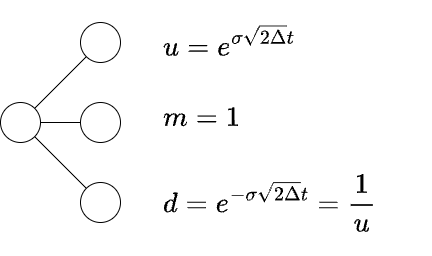
Earlier version of the draw.io export content/articles/How to Calculate an Innovation Option/equations_step_one.png (innovation-options/innovation-options). Source tidied: cells renumbered, new cells last; positions are measured from the earlier drawing's top-left corner, leaving out a move shared by most shapes. Source of this version:
```xml
<mxGraphModel math="1">
  <root>
    <mxCell id="0" />
    <mxCell id="1" parent="0" />
    <mxCell id="2" value="$$u=e^{\sigma\sqrt{2\Delta}t}$$&#10;" style="text;whiteSpace=wrap;fontSize=24;align=left;verticalAlign=middle;" parent="1" vertex="1">
      <mxGeometry x="161" width="270" height="70" as="geometry" />
    </mxCell>
    <mxCell id="3" value="&lt;span style=&quot;color: rgb(0, 0, 0); font-family: Helvetica; font-size: 24px; font-style: normal; font-variant-ligatures: normal; font-variant-caps: normal; font-weight: 400; letter-spacing: normal; orphans: 2; text-indent: 0px; text-transform: none; widows: 2; word-spacing: 0px; -webkit-text-stroke-width: 0px; white-space: normal; background-color: rgb(251, 251, 251); text-decoration-thickness: initial; text-decoration-style: initial; text-decoration-color: initial; float: none; display: inline !important;&quot;&gt;$$m=1$$&lt;/span&gt;&lt;br style=&quot;forced-color-adjust: none; padding: 0px; margin: 0px; color: rgb(0, 0, 0); font-family: Helvetica; font-size: 24px; font-style: normal; font-variant-ligatures: normal; font-variant-caps: normal; font-weight: 400; letter-spacing: normal; orphans: 2; text-indent: 0px; text-transform: none; widows: 2; word-spacing: 0px; -webkit-text-stroke-width: 0px; white-space: normal; background-color: rgb(251, 251, 251); text-decoration-thickness: initial; text-decoration-style: initial; text-decoration-color: initial;&quot;&gt;" style="text;whiteSpace=wrap;html=1;fontSize=24;align=left;verticalAlign=middle;" parent="1" vertex="1">
      <mxGeometry x="161" y="90" width="80" height="40" as="geometry" />
    </mxCell>
    <mxCell id="4" value="&lt;span style=&quot;color: rgb(0, 0, 0); font-family: Helvetica; font-size: 24px; font-style: normal; font-variant-ligatures: normal; font-variant-caps: normal; font-weight: 400; letter-spacing: normal; orphans: 2; text-indent: 0px; text-transform: none; widows: 2; word-spacing: 0px; -webkit-text-stroke-width: 0px; white-space: normal; background-color: rgb(251, 251, 251); text-decoration-thickness: initial; text-decoration-style: initial; text-decoration-color: initial; float: none; display: inline !important;&quot;&gt;$$d=e^{-\sigma\sqrt{2\Delta}t}=\frac{1}{u}$$&lt;/span&gt;" style="text;whiteSpace=wrap;html=1;fontSize=24;align=left;verticalAlign=middle;" parent="1" vertex="1">
      <mxGeometry x="161" y="160" width="270" height="40" as="geometry" />
    </mxCell>
    <mxCell id="5" style="ellipse;whiteSpace=wrap;html=1;" parent="1" vertex="1">
      <mxGeometry x="80" width="40" height="40" as="geometry" />
    </mxCell>
    <mxCell id="6" style="ellipse;whiteSpace=wrap;html=1;" parent="1" vertex="1">
      <mxGeometry x="80" y="80" width="40" height="40" as="geometry" />
    </mxCell>
    <mxCell id="7" style="ellipse;whiteSpace=wrap;html=1;" parent="1" vertex="1">
      <mxGeometry x="80" y="160" width="40" height="40" as="geometry" />
    </mxCell>
    <mxCell id="8" style="ellipse;whiteSpace=wrap;html=1;" parent="1" vertex="1">
      <mxGeometry y="80" width="40" height="40" as="geometry" />
    </mxCell>
    <mxCell id="9" style="endArrow=none;html=1;rounded=0;" parent="1" edge="1" source="8" target="5">
      <mxGeometry relative="1" as="geometry" />
    </mxCell>
    <mxCell id="10" style="endArrow=none;html=1;rounded=0;" parent="1" edge="1" source="8" target="7">
      <mxGeometry relative="1" as="geometry" />
    </mxCell>
    <mxCell id="11" style="endArrow=none;html=1;rounded=0;" parent="1" edge="1" source="6" target="8">
      <mxGeometry relative="1" as="geometry" />
    </mxCell>
  </root>
</mxGraphModel>
```
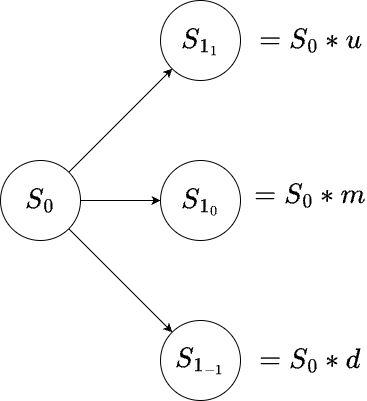
The same diagram one commit later.

Diff of the diagram source:
```diff
@@ -2,35 +2,35 @@
   <root>
     <mxCell id="0" />
     <mxCell id="1" parent="0" />
-    <mxCell id="2" value="$$u=e^{\sigma\sqrt{2\Delta}t}$$&#10;" style="text;whiteSpace=wrap;fontSize=24;align=left;verticalAlign=middle;" parent="1" vertex="1">
-      <mxGeometry x="161" width="270" height="70" as="geometry" />
-    </mxCell>
-    <mxCell id="3" value="&lt;span style=&quot;color: rgb(0, 0, 0); font-family: Helvetica; font-size: 24px; font-style: normal; font-variant-ligatures: normal; font-variant-caps: normal; font-weight: 400; letter-spacing: normal; orphans: 2; text-indent: 0px; text-transform: none; widows: 2; word-spacing: 0px; -webkit-text-stroke-width: 0px; white-space: normal; background-color: rgb(251, 251, 251); text-decoration-thickness: initial; text-decoration-style: initial; text-decoration-color: initial; float: none; display: inline !important;&quot;&gt;$$m=1$$&lt;/span&gt;&lt;br style=&quot;forced-color-adjust: none; padding: 0px; margin: 0px; color: rgb(0, 0, 0); font-family: Helvetica; font-size: 24px; font-style: normal; font-variant-ligatures: normal; font-variant-caps: normal; font-weight: 400; letter-spacing: normal; orphans: 2; text-indent: 0px; text-transform: none; widows: 2; word-spacing: 0px; -webkit-text-stroke-width: 0px; white-space: normal; background-color: rgb(251, 251, 251); text-decoration-thickness: initial; text-decoration-style: initial; text-decoration-color: initial;&quot;&gt;" style="text;whiteSpace=wrap;html=1;fontSize=24;align=left;verticalAlign=middle;" parent="1" vertex="1">
-      <mxGeometry x="161" y="90" width="80" height="40" as="geometry" />
-    </mxCell>
-    <mxCell id="4" value="&lt;span style=&quot;color: rgb(0, 0, 0); font-family: Helvetica; font-size: 24px; font-style: normal; font-variant-ligatures: normal; font-variant-caps: normal; font-weight: 400; letter-spacing: normal; orphans: 2; text-indent: 0px; text-transform: none; widows: 2; word-spacing: 0px; -webkit-text-stroke-width: 0px; white-space: normal; background-color: rgb(251, 251, 251); text-decoration-thickness: initial; text-decoration-style: initial; text-decoration-color: initial; float: none; display: inline !important;&quot;&gt;$$d=e^{-\sigma\sqrt{2\Delta}t}=\frac{1}{u}$$&lt;/span&gt;" style="text;whiteSpace=wrap;html=1;fontSize=24;align=left;verticalAlign=middle;" parent="1" vertex="1">
-      <mxGeometry x="161" y="160" width="270" height="40" as="geometry" />
-    </mxCell>
-    <mxCell id="5" style="ellipse;whiteSpace=wrap;html=1;" parent="1" vertex="1">
-      <mxGeometry x="80" width="40" height="40" as="geometry" />
-    </mxCell>
-    <mxCell id="6" style="ellipse;whiteSpace=wrap;html=1;" parent="1" vertex="1">
-      <mxGeometry x="80" y="80" width="40" height="40" as="geometry" />
+    <mxCell id="6" value="&lt;font style=&quot;font-size: 24px;&quot;&gt;$$S_{1_0}$$&lt;/font&gt;" style="ellipse;whiteSpace=wrap;html=1;" parent="1" vertex="1">
+      <mxGeometry x="140" width="80" height="80" as="geometry" />
     </mxCell>
-    <mxCell id="7" style="ellipse;whiteSpace=wrap;html=1;" parent="1" vertex="1">
-      <mxGeometry x="80" y="160" width="40" height="40" as="geometry" />
-    </mxCell>
-    <mxCell id="8" style="ellipse;whiteSpace=wrap;html=1;" parent="1" vertex="1">
-      <mxGeometry y="80" width="40" height="40" as="geometry" />
+    <mxCell id="8" value="&lt;font style=&quot;font-size: 24px;&quot;&gt;$$S_0$$&lt;/font&gt;" style="ellipse;whiteSpace=wrap;html=1;" parent="1" vertex="1">
+      <mxGeometry x="-20" width="80" height="80" as="geometry" />
     </mxCell>
-    <mxCell id="9" style="endArrow=none;html=1;rounded=0;" parent="1" edge="1" source="8" target="5">
+    <mxCell id="9" style="endArrow=classic;html=1;rounded=0;endFill=1;" parent="1" edge="1" source="8" target="13">
       <mxGeometry relative="1" as="geometry" />
     </mxCell>
-    <mxCell id="10" style="endArrow=none;html=1;rounded=0;" parent="1" edge="1" source="8" target="7">
+    <mxCell id="10" style="endArrow=classic;html=1;rounded=0;endFill=1;" parent="1" edge="1" source="8" target="14">
       <mxGeometry relative="1" as="geometry" />
     </mxCell>
-    <mxCell id="11" style="endArrow=none;html=1;rounded=0;" parent="1" edge="1" source="6" target="8">
+    <mxCell id="11" style="endArrow=none;html=1;rounded=0;endFill=0;startArrow=classic;startFill=1;" parent="1" edge="1" source="6" target="8">
       <mxGeometry relative="1" as="geometry" />
     </mxCell>
+    <mxCell id="12" value="&lt;font style=&quot;font-size: 24px;&quot;&gt;$$=S_0*u$$&lt;/font&gt;" style="text;html=1;align=center;verticalAlign=middle;whiteSpace=wrap;rounded=0;" parent="1" vertex="1">
+      <mxGeometry x="260" y="-135" width="60" height="30" as="geometry" />
+    </mxCell>
+    <mxCell id="13" value="&lt;font style=&quot;font-size: 24px;&quot;&gt;$$S_{1_1}$$&lt;/font&gt;" style="ellipse;whiteSpace=wrap;html=1;" parent="1" vertex="1">
+      <mxGeometry x="140" y="-160" width="80" height="80" as="geometry" />
+    </mxCell>
+    <mxCell id="14" value="&lt;font style=&quot;font-size: 24px;&quot;&gt;$$S_{1_{-1}}$$&lt;/font&gt;" style="ellipse;whiteSpace=wrap;html=1;" parent="1" vertex="1">
+      <mxGeometry x="140" y="160" width="80" height="80" as="geometry" />
+    </mxCell>
+    <mxCell id="15" value="&lt;font style=&quot;font-size: 24px;&quot;&gt;$$=S_0*m$$&lt;/font&gt;" style="text;html=1;align=center;verticalAlign=middle;whiteSpace=wrap;rounded=0;" parent="1" vertex="1">
+      <mxGeometry x="260" y="20" width="60" height="30" as="geometry" />
+    </mxCell>
+    <mxCell id="16" value="&lt;font style=&quot;font-size: 24px;&quot;&gt;$$=S_0*d$$&lt;/font&gt;" style="text;html=1;align=center;verticalAlign=middle;whiteSpace=wrap;rounded=0;" parent="1" vertex="1">
+      <mxGeometry x="260" y="185" width="60" height="30" as="geometry" />
+    </mxCell>
   </root>
 </mxGraphModel>
```
